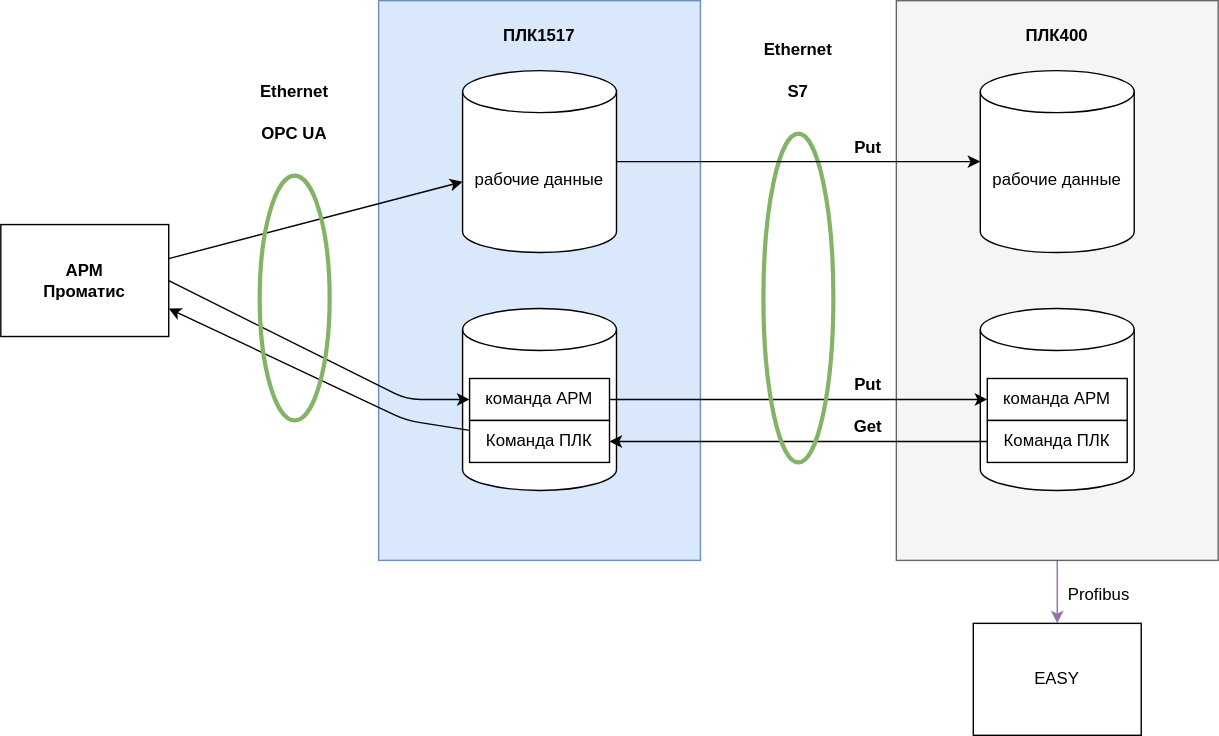
Earlier version of the draw.io export Doc/Техпроцесс/Загрузка рабочих данных/Загрузка рабочих данных 2.drawio.svg (AlexFrick92/PNTZ.Mufta). Source tidied: cells renumbered, new cells last; positions are measured from the earlier drawing's top-left corner, leaving out a move shared by most shapes.
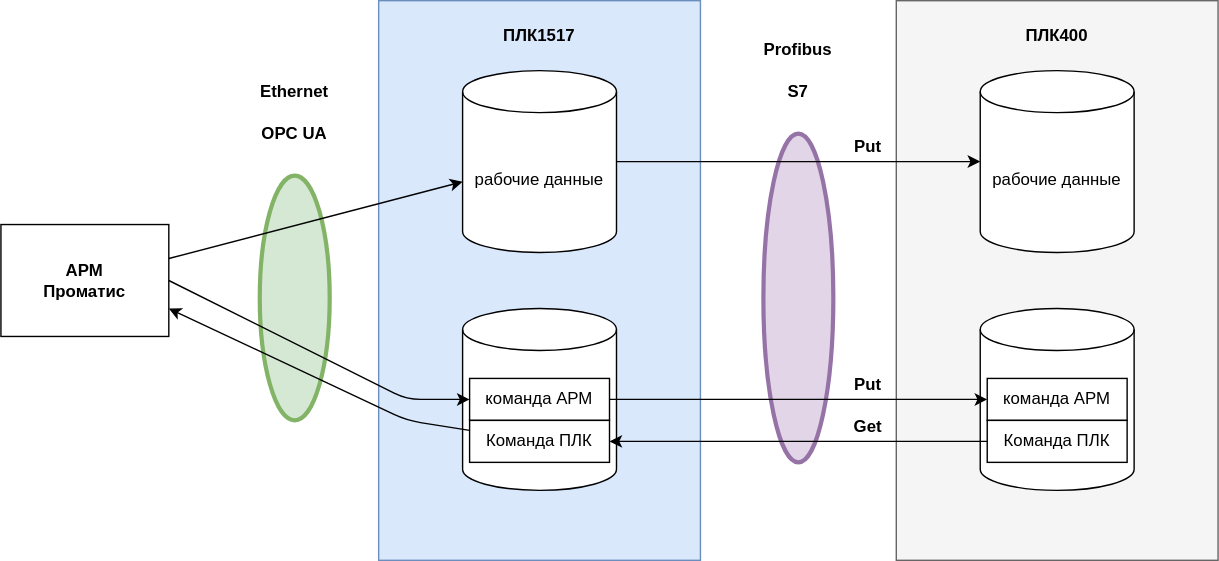
Above is the later version.

Commit message:
Загрузка оперативных параметров

What changed in the source:
```diff
@@ -2,26 +2,21 @@
   <root>
     <mxCell id="0" />
     <mxCell id="1" parent="0" />
+    <mxCell id="28" style="ellipse;whiteSpace=wrap;html=1;fillColor=#e1d5e7;strokeColor=#9673a6;strokeWidth=3;" parent="1" vertex="1">
+      <mxGeometry x="545" y="95" width="50" height="235" as="geometry" />
+    </mxCell>
+    <mxCell id="16" style="ellipse;whiteSpace=wrap;html=1;fillColor=#d5e8d4;strokeColor=#82b366;strokeWidth=3;" parent="1" vertex="1">
+      <mxGeometry x="185" y="125" width="50" height="175" as="geometry" />
+    </mxCell>
     <mxCell id="2" value="АРМ&lt;br&gt;Проматис" style="rounded=0;whiteSpace=wrap;html=1;fontStyle=1;" parent="1" vertex="1">
       <mxGeometry y="160" width="120" height="80" as="geometry" />
     </mxCell>
-    <mxCell id="3" style="edgeStyle=none;html=1;fillColor=#e1d5e7;strokeColor=#9673a6;" parent="1" edge="1" target="5">
-      <mxGeometry relative="1" as="geometry">
-        <mxPoint x="755" y="400" as="sourcePoint" />
-      </mxGeometry>
-    </mxCell>
     <mxCell id="4" style="rounded=0;whiteSpace=wrap;html=1;fillColor=#dae8fc;strokeColor=#6c8ebf;" parent="1" vertex="1">
       <mxGeometry x="270" width="230" height="400" as="geometry" />
     </mxCell>
-    <mxCell id="5" value="EASY" style="rounded=0;whiteSpace=wrap;html=1;" parent="1" vertex="1">
-      <mxGeometry x="695" y="445" width="120" height="80" as="geometry" />
-    </mxCell>
     <mxCell id="6" value="Ethernet" style="text;html=1;strokeColor=none;fillColor=none;align=center;verticalAlign=middle;whiteSpace=wrap;rounded=0;fontStyle=1;" parent="1" vertex="1">
       <mxGeometry x="180" y="50" width="60" height="30" as="geometry" />
     </mxCell>
-    <mxCell id="7" value="Profibus" style="text;html=1;strokeColor=none;fillColor=none;align=center;verticalAlign=middle;whiteSpace=wrap;rounded=0;" parent="1" vertex="1">
-      <mxGeometry x="755" y="410" width="60" height="30" as="geometry" />
-    </mxCell>
     <mxCell id="8" value="рабочие данные" style="shape=cylinder3;whiteSpace=wrap;html=1;boundedLbl=1;backgroundOutline=1;size=15;" parent="1" vertex="1">
       <mxGeometry x="330" y="50" width="110" height="130" as="geometry" />
     </mxCell>
@@ -54,9 +49,6 @@
     <mxCell id="15" value="ПЛК1517" style="text;html=1;strokeColor=none;fillColor=none;align=center;verticalAlign=middle;whiteSpace=wrap;rounded=0;fontStyle=1;" parent="1" vertex="1">
       <mxGeometry x="270" y="10" width="230" height="30" as="geometry" />
     </mxCell>
-    <mxCell id="16" style="ellipse;whiteSpace=wrap;html=1;fillColor=none;strokeColor=#82b366;strokeWidth=3;" parent="1" vertex="1">
-      <mxGeometry x="185" y="125" width="50" height="175" as="geometry" />
-    </mxCell>
     <mxCell id="17" value="OPC UA" style="text;html=1;strokeColor=none;fillColor=none;align=center;verticalAlign=middle;whiteSpace=wrap;rounded=0;fontStyle=1;" parent="1" vertex="1">
       <mxGeometry x="180" y="80" width="60" height="30" as="geometry" />
     </mxCell>
@@ -81,7 +73,7 @@
     <mxCell id="24" value="Команда ПЛК" style="rounded=0;whiteSpace=wrap;html=1;" parent="1" vertex="1">
       <mxGeometry x="705" y="300" width="100" height="30" as="geometry" />
     </mxCell>
-    <mxCell id="25" value="Ethernet" style="text;html=1;strokeColor=none;fillColor=none;align=center;verticalAlign=middle;whiteSpace=wrap;rounded=0;fontStyle=1;" parent="1" vertex="1">
+    <mxCell id="25" value="Profibus" style="text;html=1;strokeColor=none;fillColor=none;align=center;verticalAlign=middle;whiteSpace=wrap;rounded=0;fontStyle=1;" parent="1" vertex="1">
       <mxGeometry x="540" y="20" width="60" height="30" as="geometry" />
     </mxCell>
     <mxCell id="26" value="S7" style="text;html=1;strokeColor=none;fillColor=none;align=center;verticalAlign=middle;whiteSpace=wrap;rounded=0;fontStyle=1;" parent="1" vertex="1">
@@ -90,9 +82,6 @@
     <mxCell id="27" style="edgeStyle=none;html=1;" parent="1" edge="1" source="10" target="22">
       <mxGeometry relative="1" as="geometry" />
     </mxCell>
-    <mxCell id="28" style="ellipse;whiteSpace=wrap;html=1;fillColor=none;strokeColor=#82b366;strokeWidth=3;" parent="1" vertex="1">
-      <mxGeometry x="545" y="95" width="50" height="235" as="geometry" />
-    </mxCell>
     <mxCell id="29" style="edgeStyle=none;html=1;" parent="1" edge="1" source="8" target="20">
       <mxGeometry relative="1" as="geometry" />
     </mxCell>
```
